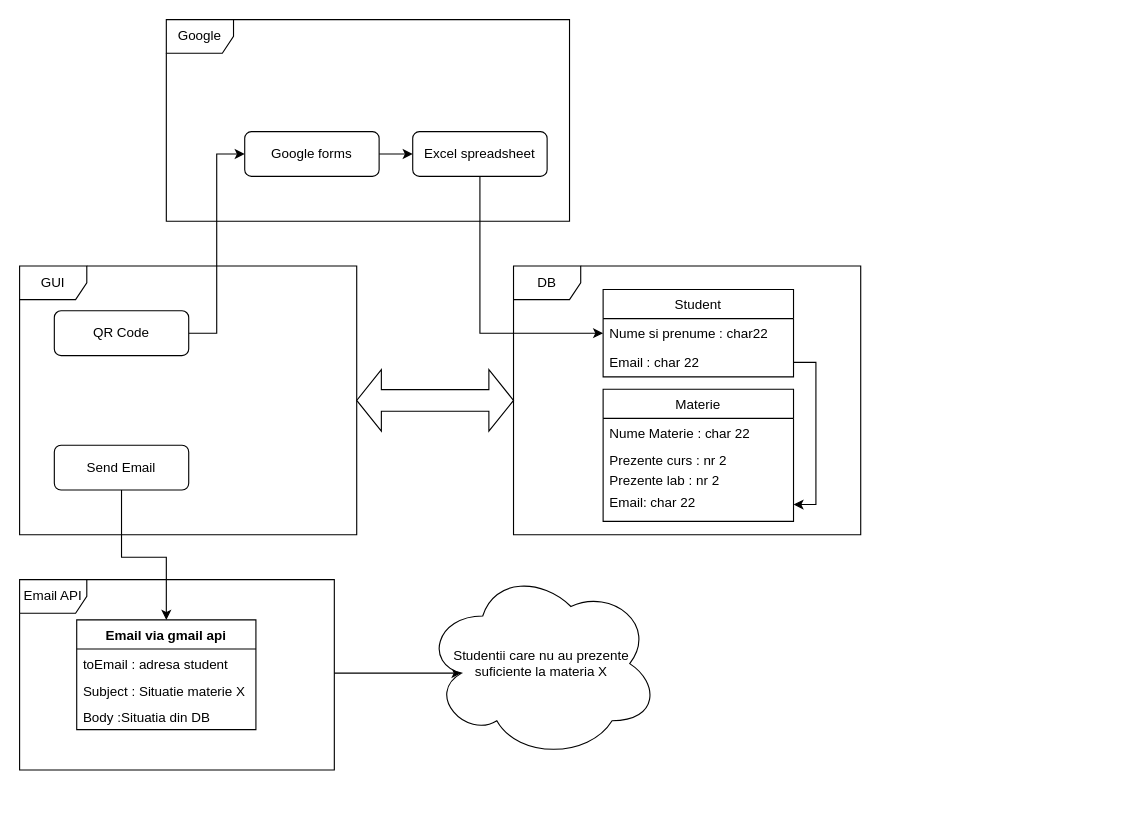
Above: Untitled Diagram.drawio in Kittynel-ro/PI_Project (draw.io), before the change. Source tidied: cells renumbered, new cells numbered last; positions are measured from the earlier drawing's top-left corner, leaving out a move shared by most shapes. Both pictures are drawn from the tidied source at 112%, with x=0, y=0 at pixel (19, 19).
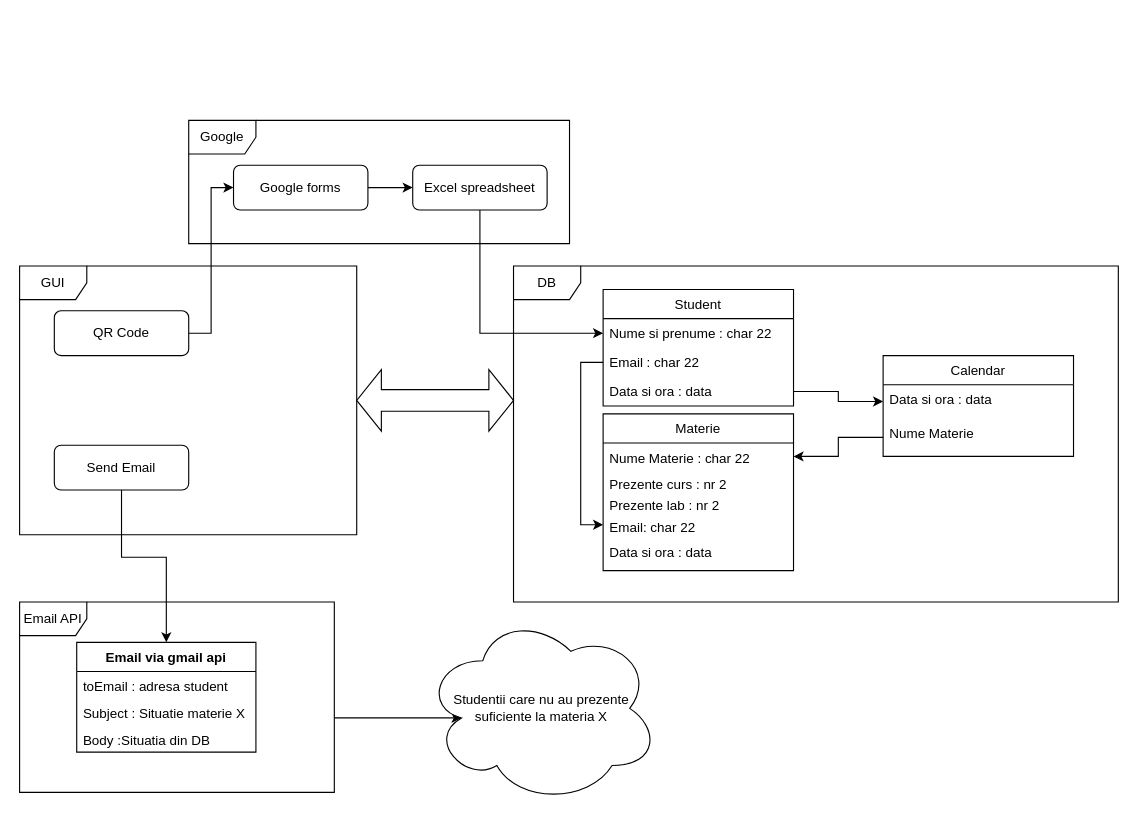
Above is the later version.

The change refers to these unchanged cells:
```xml
<mxCell id="12" value="Email : char 22" style="text;strokeColor=none;fillColor=none;align=left;verticalAlign=top;spacingLeft=4;spacingRight=4;overflow=hidden;points=[[0,0.5],[1,0.5]];portConstraint=eastwest;" parent="10" vertex="1">
  <mxGeometry y="52" width="170" height="26" as="geometry" />
</mxCell>
<mxCell id="15" value="Nume Materie : char 22" style="text;strokeColor=none;fillColor=none;align=left;verticalAlign=top;spacingLeft=4;spacingRight=4;overflow=hidden;points=[[0,0.5],[1,0.5]];portConstraint=eastwest;" parent="14" vertex="1">
  <mxGeometry y="26" width="170" height="24" as="geometry" />
</mxCell>
```

Diff of the diagram source:
```diff
@@
     <mxCell id="2" value="DB" style="shape=umlFrame;whiteSpace=wrap;html=1;" parent="1" vertex="1">
-      <mxGeometry x="441" y="220" width="310" height="240" as="geometry" />
+      <mxGeometry x="441" y="220" width="540" height="300" as="geometry" />
     </mxCell>
     <mxCell id="3" value="Google" style="shape=umlFrame;whiteSpace=wrap;html=1;" parent="1" vertex="1">
-      <mxGeometry x="131" width="360" height="180" as="geometry" />
+      <mxGeometry x="151" y="90" width="340" height="110" as="geometry" />
     </mxCell>
@@
     <mxCell id="7" value="Google forms" style="rounded=1;whiteSpace=wrap;html=1;fontSize=12;glass=0;strokeWidth=1;shadow=0;" parent="1" vertex="1">
-      <mxGeometry x="201" y="100" width="120" height="40" as="geometry" />
+      <mxGeometry x="191" y="130" width="120" height="40" as="geometry" />
     </mxCell>
@@
     <mxCell id="9" value="Excel spreadsheet" style="rounded=1;whiteSpace=wrap;html=1;fontSize=12;glass=0;strokeWidth=1;shadow=0;" parent="1" vertex="1">
-      <mxGeometry x="351" y="100" width="120" height="40" as="geometry" />
+      <mxGeometry x="351" y="130" width="120" height="40" as="geometry" />
     </mxCell>
     <mxCell id="10" value="Student" style="swimlane;fontStyle=0;horizontal=1;startSize=26;fillColor=none;" parent="1" vertex="1">
-      <mxGeometry x="521" y="241" width="170" height="78" as="geometry" />
+      <mxGeometry x="521" y="241" width="170" height="104" as="geometry" />
     </mxCell>
-    <mxCell id="11" value="Nume si prenume : char22" style="text;strokeColor=none;fillColor=none;align=left;verticalAlign=top;spacingLeft=4;spacingRight=4;overflow=hidden;points=[[0,0.5],[1,0.5]];portConstraint=eastwest;" parent="10" vertex="1">
+    <mxCell id="11" value="Nume si prenume : char 22" style="text;strokeColor=none;fillColor=none;align=left;verticalAlign=top;spacingLeft=4;spacingRight=4;overflow=hidden;points=[[0,0.5],[1,0.5]];portConstraint=eastwest;" parent="10" vertex="1">
       <mxGeometry y="26" width="170" height="26" as="geometry" />
     </mxCell>
@@
+    <mxCell id="30" value="Data si ora : data" style="text;strokeColor=none;fillColor=none;align=left;verticalAlign=top;spacingLeft=4;spacingRight=4;overflow=hidden;points=[[0,0.5],[1,0.5]];portConstraint=eastwest;" parent="10" vertex="1">
+      <mxGeometry y="78" width="170" height="26" as="geometry" />
+    </mxCell>
@@
     <mxCell id="14" value="Materie" style="swimlane;fontStyle=0;horizontal=1;startSize=26;fillColor=none;" parent="1" vertex="1">
-      <mxGeometry x="521" y="330" width="170" height="118" as="geometry" />
+      <mxGeometry x="521" y="352" width="170" height="140" as="geometry" />
     </mxCell>
@@
     <mxCell id="18" value="Email: char 22" style="text;strokeColor=none;fillColor=none;align=left;verticalAlign=top;spacingLeft=4;spacingRight=4;overflow=hidden;points=[[0,0.5],[1,0.5]];portConstraint=eastwest;" parent="14" vertex="1">
-      <mxGeometry y="88" width="170" height="30" as="geometry" />
+      <mxGeometry y="88" width="170" height="22" as="geometry" />
     </mxCell>
-    <mxCell id="19" style="edgeStyle=orthogonalEdgeStyle;rounded=0;jettySize=auto;html=1;exitX=1;exitY=0.5;exitDx=0;exitDy=0;entryX=1;entryY=0.5;entryDx=0;entryDy=0;" parent="1" edge="1" source="12" target="18">
-      <mxGeometry relative="1" as="geometry" />
-    </mxCell>
+    <mxCell id="31" value="Data si ora : data" style="text;strokeColor=none;fillColor=none;align=left;verticalAlign=top;spacingLeft=4;spacingRight=4;overflow=hidden;" parent="14" vertex="1">
+      <mxGeometry y="110" width="170" height="30" as="geometry" />
+    </mxCell>
@@
     <mxCell id="23" style="edgeStyle=orthogonalEdgeStyle;rounded=0;jettySize=auto;html=1;entryX=0.16;entryY=0.55;entryDx=0;entryDy=0;entryPerimeter=0;" parent="1" edge="1" source="24" target="29">
       <mxGeometry relative="1" as="geometry">
         <Array as="points">
-          <mxPoint x="321" y="584" />
+          <mxPoint x="321" y="624" />
         </Array>
       </mxGeometry>
     </mxCell>
     <mxCell id="24" value="Email API" style="shape=umlFrame;whiteSpace=wrap;html=1;" parent="1" vertex="1">
-      <mxGeometry y="500" width="281" height="170" as="geometry" />
+      <mxGeometry y="520" width="281" height="170" as="geometry" />
     </mxCell>
     <mxCell id="25" value="Email via gmail api" style="swimlane;fontStyle=1;align=center;verticalAlign=top;horizontal=1;startSize=26;" parent="1" vertex="1">
-      <mxGeometry x="51" y="536" width="160" height="98" as="geometry" />
+      <mxGeometry x="51" y="556" width="160" height="98" as="geometry" />
     </mxCell>
@@
     <mxCell id="29" value="Studentii care nu au prezente suficiente la materia X" style="ellipse;shape=cloud;whiteSpace=wrap;html=1;align=center;" parent="1" vertex="1">
-      <mxGeometry x="361" y="490" width="210" height="170" as="geometry" />
+      <mxGeometry x="361" y="530" width="210" height="170" as="geometry" />
     </mxCell>
+    <mxCell id="32" value="Calendar" style="swimlane;fontStyle=0;horizontal=1;startSize=26;fillColor=none;" parent="1" vertex="1">
+      <mxGeometry x="771" y="300" width="170" height="90" as="geometry" />
+    </mxCell>
+    <mxCell id="33" value="Data si ora : data" style="text;strokeColor=none;fillColor=none;align=left;verticalAlign=top;spacingLeft=4;spacingRight=4;overflow=hidden;points=[[0,0.5],[1,0.5]];portConstraint=eastwest;" parent="32" vertex="1">
+      <mxGeometry y="26" width="170" height="30" as="geometry" />
+    </mxCell>
+    <mxCell id="34" value="Nume Materie" style="text;strokeColor=none;fillColor=none;align=left;verticalAlign=top;spacingLeft=4;spacingRight=4;overflow=hidden;points=[[0,0.5],[1,0.5]];portConstraint=eastwest;" parent="32" vertex="1">
+      <mxGeometry y="56" width="170" height="34" as="geometry" />
+    </mxCell>
+    <mxCell id="19" style="edgeStyle=orthogonalEdgeStyle;rounded=0;jettySize=auto;html=1;exitX=0;exitY=0.5;exitDx=0;exitDy=0;entryX=0;entryY=0.5;entryDx=0;entryDy=0;" parent="1" edge="1" source="12" target="18">
+      <mxGeometry relative="1" as="geometry" />
+    </mxCell>
+    <mxCell id="35" style="edgeStyle=orthogonalEdgeStyle;rounded=0;jettySize=auto;html=1;exitX=1;exitY=0.5;exitDx=0;exitDy=0;entryX=0;entryY=0.5;entryDx=0;entryDy=0;" parent="1" edge="1" source="30" target="33">
+      <mxGeometry relative="1" as="geometry" />
+    </mxCell>
+    <mxCell id="36" style="edgeStyle=orthogonalEdgeStyle;rounded=0;jettySize=auto;html=1;exitX=0;exitY=0.5;exitDx=0;exitDy=0;entryX=1;entryY=0.5;entryDx=0;entryDy=0;" parent="1" edge="1" source="34" target="15">
+      <mxGeometry relative="1" as="geometry" />
+    </mxCell>
```
